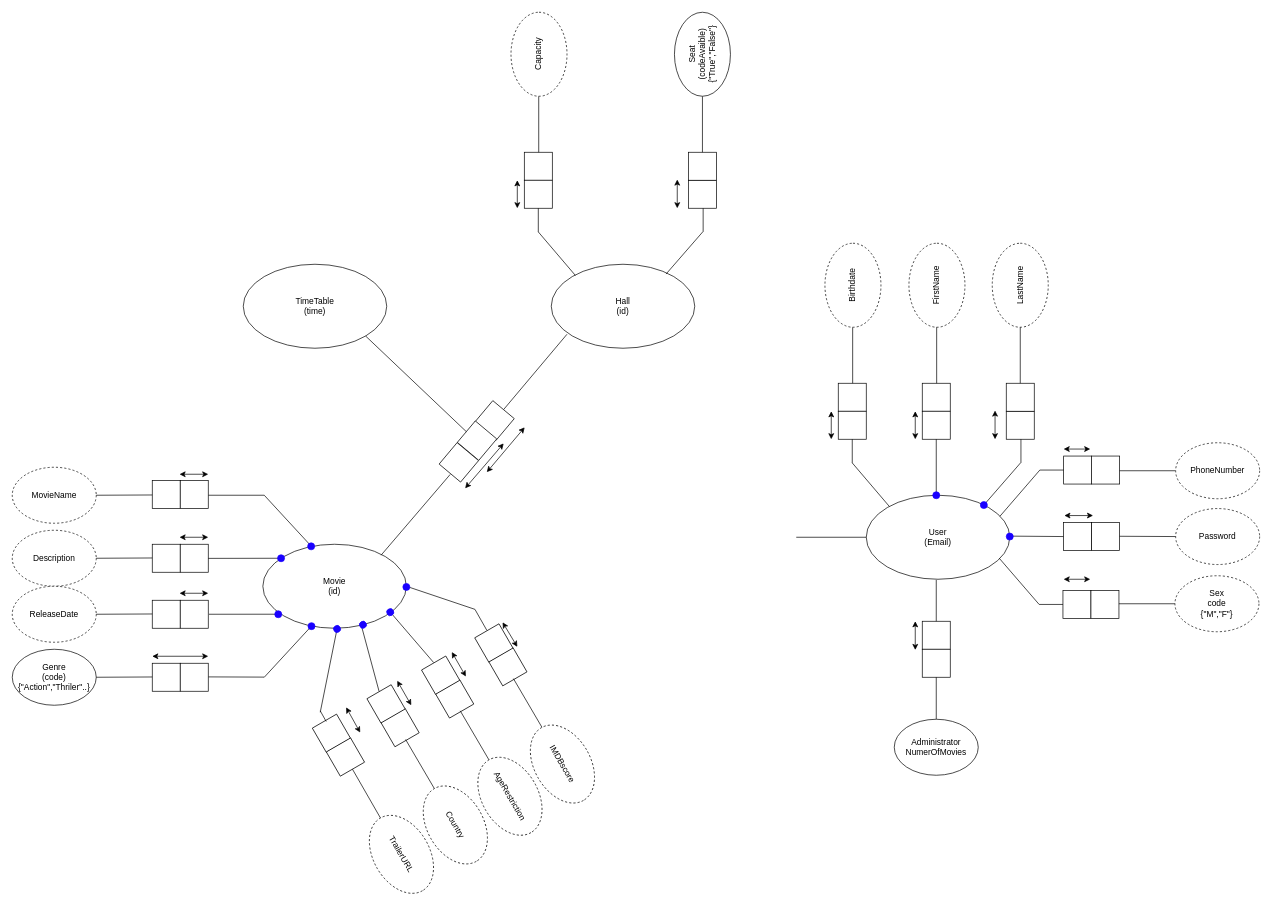
Eduart2001/LINFO1212-2022-PF07 keeps this draw.io diagram as ORM/cliMAX-ORM.drawio. Above is the earlier version. Source tidied: cells renumbered, new cells numbered last; positions are measured from the earlier drawing's top-left corner, leaving out a move shared by most shapes. Both pictures are drawn from the tidied source at 70%, with x=0, y=0 at pixel (12, 26).
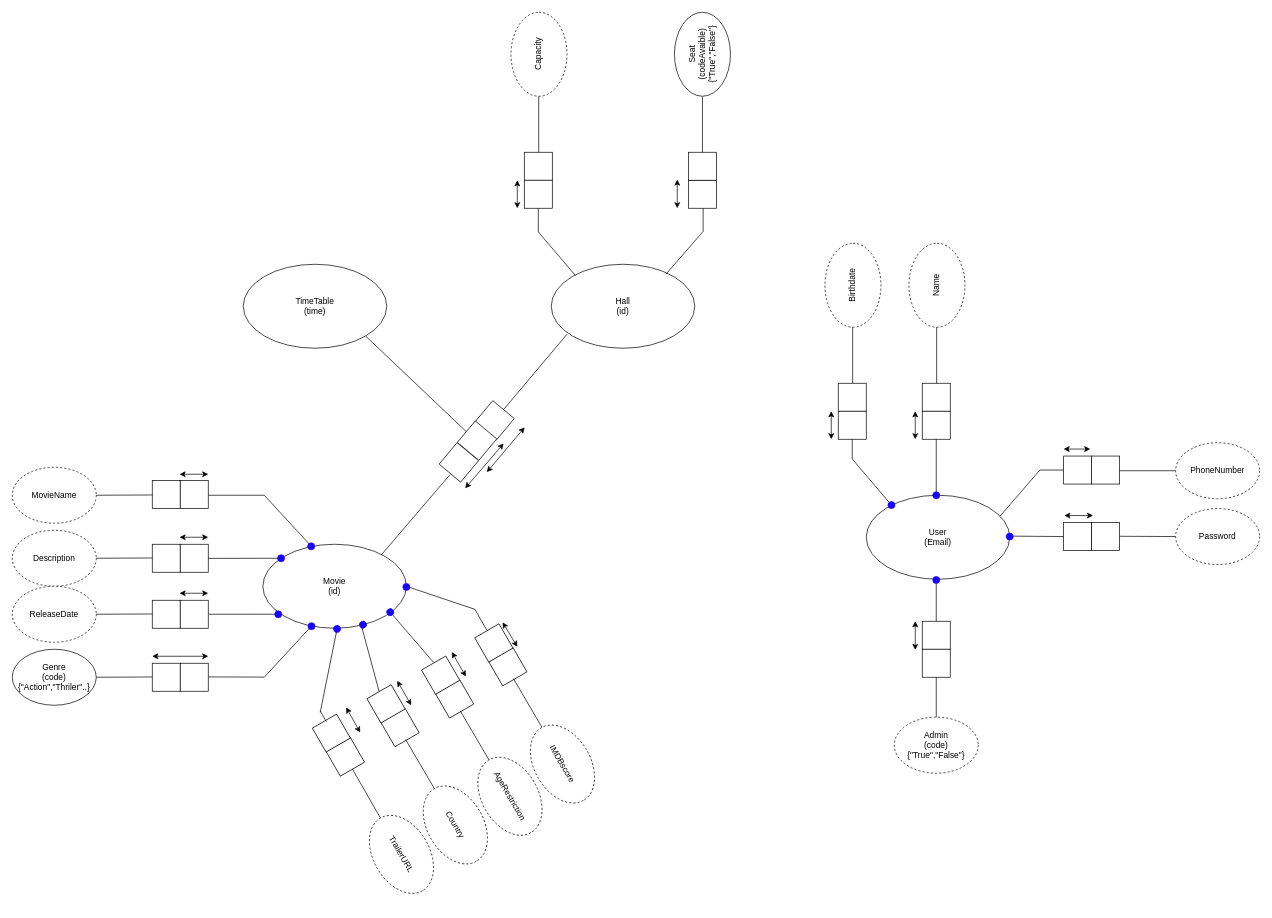
The same diagram, later.

The change refers to these unchanged cells:
```xml
<mxCell id="74" value="User&lt;br&gt;(Email)" style="ellipse;whiteSpace=wrap;html=1;" parent="1" vertex="1">
  <mxGeometry x="1220" y="670" width="205" height="120" as="geometry" />
</mxCell>
```

The edit, as a diff of the source:
```diff
@@
-    <mxCell id="81" style="endArrow=none;html=1;rounded=0;entryX=1;entryY=0.5;entryDx=0;entryDy=0;exitX=0;exitY=0.5;exitDx=0;exitDy=0;" parent="1" edge="1" source="74">
-      <mxGeometry relative="1" as="geometry">
-        <mxPoint x="1120" y="730" as="targetPoint" />
-      </mxGeometry>
-    </mxCell>
@@
-    <mxCell id="88" style="endArrow=none;html=1;rounded=0;" parent="1" edge="1">
+    <mxCell id="88" style="endArrow=none;html=1;rounded=0;startArrow=none;" parent="1" edge="1" source="165">
       <mxGeometry relative="1" as="geometry">
-        <mxPoint x="1320" y="850" as="sourcePoint" />
         <mxPoint x="1320" y="791" as="targetPoint" />
       </mxGeometry>
     </mxCell>
@@
-    <mxCell id="99" style="group;rotation=0;" parent="1" vertex="1">
-      <mxGeometry x="1501" y="806" width="80" height="40" as="geometry" />
-    </mxCell>
-    <mxCell id="100" style="rounded=0;whiteSpace=wrap;html=1;rotation=0;" parent="99" vertex="1">
-      <mxGeometry width="40" height="40" as="geometry" />
-    </mxCell>
-    <mxCell id="101" style="rounded=0;whiteSpace=wrap;html=1;rotation=0;" parent="99" vertex="1">
-      <mxGeometry x="40" width="40" height="40" as="geometry" />
-    </mxCell>
-    <mxCell id="102" style="endArrow=none;html=1;rounded=0;entryX=0;entryY=0.5;entryDx=0;entryDy=0;exitX=1;exitY=0.5;exitDx=0;exitDy=0;" parent="1" edge="1">
-      <mxGeometry relative="1" as="geometry">
-        <mxPoint x="1581" y="825" as="sourcePoint" />
-        <mxPoint x="1661" y="825" as="targetPoint" />
-      </mxGeometry>
-    </mxCell>
-    <mxCell id="103" style="endArrow=classic;startArrow=classic;html=1;rounded=0;" parent="1" edge="1">
-      <mxGeometry relative="1" as="geometry">
-        <mxPoint x="1502" y="790" as="sourcePoint" />
-        <mxPoint x="1540" y="790" as="targetPoint" />
-      </mxGeometry>
-    </mxCell>
-    <mxCell id="104" value="Sex&lt;br&gt;code&lt;br&gt;{&quot;M&quot;,&quot;F&quot;}" style="ellipse;whiteSpace=wrap;html=1;rotation=0;dashed=1;" parent="1" vertex="1">
-      <mxGeometry x="1661" y="785" width="120" height="80" as="geometry" />
-    </mxCell>
-    <mxCell id="105" style="endArrow=none;html=1;rounded=0;startArrow=none;endSize=0;" parent="1" edge="1">
-      <mxGeometry relative="1" as="geometry">
-        <mxPoint x="1410" y="760" as="sourcePoint" />
-        <mxPoint x="1467" y="826" as="targetPoint" />
-      </mxGeometry>
-    </mxCell>
-    <mxCell id="106" style="endArrow=none;html=1;rounded=0;" parent="1" edge="1">
-      <mxGeometry relative="1" as="geometry">
-        <mxPoint x="1467" y="826" as="sourcePoint" />
-        <mxPoint x="1501" y="826" as="targetPoint" />
-      </mxGeometry>
-    </mxCell>
-    <mxCell id="107" value="Administrator&lt;br&gt;NumerOfMovies" style="ellipse;whiteSpace=wrap;html=1;rotation=0;" parent="1" vertex="1">
-      <mxGeometry x="1260" y="990" width="120" height="80" as="geometry" />
-    </mxCell>
-    <mxCell id="108" style="group;rotation=-90;" parent="1" vertex="1">
-      <mxGeometry x="1400" y="530" width="80" height="40" as="geometry" />
-    </mxCell>
-    <mxCell id="109" style="rounded=0;whiteSpace=wrap;html=1;rotation=-90;" parent="108" vertex="1">
-      <mxGeometry x="20" y="20" width="40" height="40" as="geometry" />
-    </mxCell>
-    <mxCell id="110" style="rounded=0;whiteSpace=wrap;html=1;rotation=-90;" parent="108" vertex="1">
-      <mxGeometry x="20" y="-20" width="40" height="40" as="geometry" />
-    </mxCell>
@@
-    <mxCell id="114" value="FirstName" style="ellipse;whiteSpace=wrap;html=1;dashed=1;rotation=-90;" parent="1" vertex="1">
+    <mxCell id="114" value="Name" style="ellipse;whiteSpace=wrap;html=1;dashed=1;rotation=-90;" parent="1" vertex="1">
       <mxGeometry x="1261" y="330" width="120" height="80" as="geometry" />
     </mxCell>
-    <mxCell id="115" value="LastName" style="ellipse;whiteSpace=wrap;html=1;dashed=1;rotation=-90;" parent="1" vertex="1">
-      <mxGeometry x="1380" y="330" width="120" height="80" as="geometry" />
-    </mxCell>
-    <mxCell id="116" style="endArrow=none;html=1;rounded=0;entryX=0;entryY=0.5;entryDx=0;entryDy=0;exitX=1;exitY=0.5;exitDx=0;exitDy=0;" parent="1" edge="1" source="110" target="115">
-      <mxGeometry relative="1" as="geometry" />
-    </mxCell>
@@
-    <mxCell id="118" style="group;rotation=-90;" parent="1" vertex="1">
-      <mxGeometry x="1364" y="550" width="80" as="geometry" />
-    </mxCell>
-    <mxCell id="119" style="endArrow=classic;startArrow=classic;html=1;rounded=0;" parent="118" edge="1">
-      <mxGeometry relative="1" as="geometry">
-        <mxPoint x="40" y="40" as="sourcePoint" />
-        <mxPoint x="40" y="-1" as="targetPoint" />
-      </mxGeometry>
-    </mxCell>
@@
     <mxCell id="129" style="group;" parent="1" vertex="1">
-      <mxGeometry x="1200" y="590" width="53" height="96" as="geometry" />
+      <mxGeometry x="1200" y="590" width="50" height="80" as="geometry" />
     </mxCell>
-    <mxCell id="130" style="endArrow=none;html=1;rounded=0;startArrow=none;" parent="129" edge="1">
+    <mxCell id="130" style="endArrow=none;html=1;rounded=0;startArrow=none;" parent="129" edge="1" source="163">
       <mxGeometry relative="1" as="geometry">
-        <mxPoint x="53" y="96" as="sourcePoint" />
-        <mxPoint y="33.8" as="targetPoint" />
+        <mxPoint y="28.2" as="targetPoint" />
       </mxGeometry>
     </mxCell>
     <mxCell id="131" style="endArrow=none;html=1;rounded=0;" parent="129" edge="1">
       <mxGeometry relative="1" as="geometry">
-        <mxPoint y="34" as="sourcePoint" />
+        <mxPoint y="28.3" as="sourcePoint" />
         <mxPoint as="targetPoint" />
       </mxGeometry>
     </mxCell>
-    <mxCell id="132" style="group;flipH=1;" parent="1" vertex="1">
-      <mxGeometry x="1388" y="590" width="53" height="94" as="geometry" />
-    </mxCell>
-    <mxCell id="133" style="endArrow=none;html=1;rounded=0;startArrow=none;" parent="132" edge="1">
-      <mxGeometry relative="1" as="geometry">
-        <mxPoint y="94" as="sourcePoint" />
-        <mxPoint x="53" y="33.1" as="targetPoint" />
-      </mxGeometry>
-    </mxCell>
-    <mxCell id="134" style="endArrow=none;html=1;rounded=0;" parent="132" edge="1">
-      <mxGeometry relative="1" as="geometry">
-        <mxPoint x="53" y="33.3" as="sourcePoint" />
-        <mxPoint x="53" as="targetPoint" />
-      </mxGeometry>
-    </mxCell>
-    <mxCell id="135" style="ellipse;whiteSpace=wrap;html=1;fillColor=#1900FF;strokeColor=#1900FF;" parent="1" vertex="1">
-      <mxGeometry x="1383" y="679" width="10" height="10" as="geometry" />
-    </mxCell>
@@
+    <mxCell id="163" style="ellipse;whiteSpace=wrap;html=1;fillColor=#1900FF;strokeColor=#1900FF;" parent="1" vertex="1">
+      <mxGeometry x="1251" y="679" width="10" height="10" as="geometry" />
+    </mxCell>
+    <mxCell id="164" value="Admin&lt;br&gt;(code)&lt;br&gt;{&quot;True&quot;,&quot;False&quot;}" style="ellipse;whiteSpace=wrap;html=1;dashed=1;" parent="1" vertex="1">
+      <mxGeometry x="1260" y="987" width="120" height="80" as="geometry" />
+    </mxCell>
+    <mxCell id="165" style="ellipse;whiteSpace=wrap;html=1;fillColor=#1900FF;strokeColor=#1900FF;" parent="1" vertex="1">
+      <mxGeometry x="1315" y="786" width="10" height="10" as="geometry" />
+    </mxCell>
+    <mxCell id="166" style="endArrow=none;html=1;rounded=0;" parent="1" edge="1" target="165">
+      <mxGeometry relative="1" as="geometry">
+        <mxPoint x="1320" y="850" as="sourcePoint" />
+      </mxGeometry>
+    </mxCell>
```
